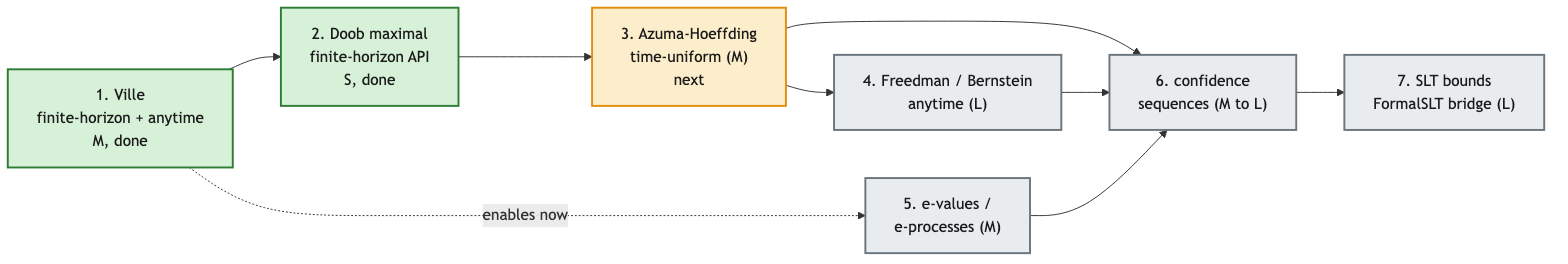
This is docs/figures/roadmap.png from Robby955/formal-martingales, a Mermaid export, as it was before one commit. Its source is kept beside it as docs/figures/roadmap.mmd.
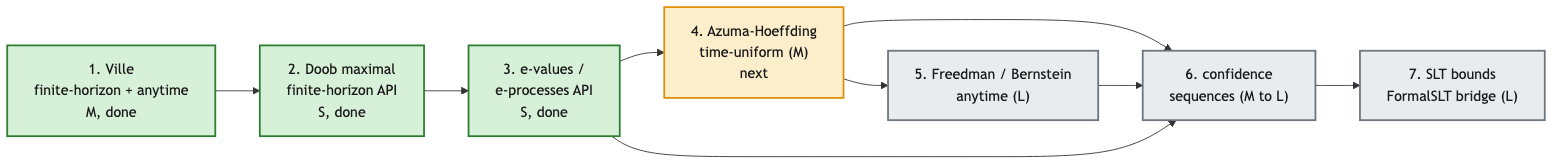
The same diagram one commit later.

The edit, as a diff of the source:
```diff
@@ -1,14 +1,13 @@
 flowchart LR
     V["1. Ville<br/>finite-horizon + anytime<br/>M, done"]
     D1["2. Doob maximal<br/>finite-horizon API<br/>S, done"]
-    AZ["3. Azuma-Hoeffding<br/>time-uniform (M)<br/>next"]
-    FB["4. Freedman / Bernstein<br/>anytime (L)"]
-    E["5. e-values /<br/>e-processes (M)"]
+    E["3. e-values /<br/>e-processes API<br/>S, done"]
+    AZ["4. Azuma-Hoeffding<br/>time-uniform (M)<br/>next"]
+    FB["5. Freedman / Bernstein<br/>anytime (L)"]
     CS["6. confidence<br/>sequences (M to L)"]
     SLT["7. SLT bounds<br/>FormalSLT bridge (L)"]
 
-    V --> D1 --> AZ --> FB
-    V -. enables now .-> E
+    V --> D1 --> E --> AZ --> FB
     AZ --> CS
     FB --> CS
     E --> CS --> SLT
@@ -17,6 +16,6 @@
     classDef next fill:#fdeecb,stroke:#e08e0b,stroke-width:2px,color:#1b1b1b;
     classDef planned fill:#e9ecef,stroke:#6c757d,stroke-width:2px,color:#1b1b1b;
 
-    class V,D1 done;
+    class V,D1,E done;
     class AZ next;
-    class FB,E,CS,SLT planned;
+    class FB,CS,SLT planned;
```
